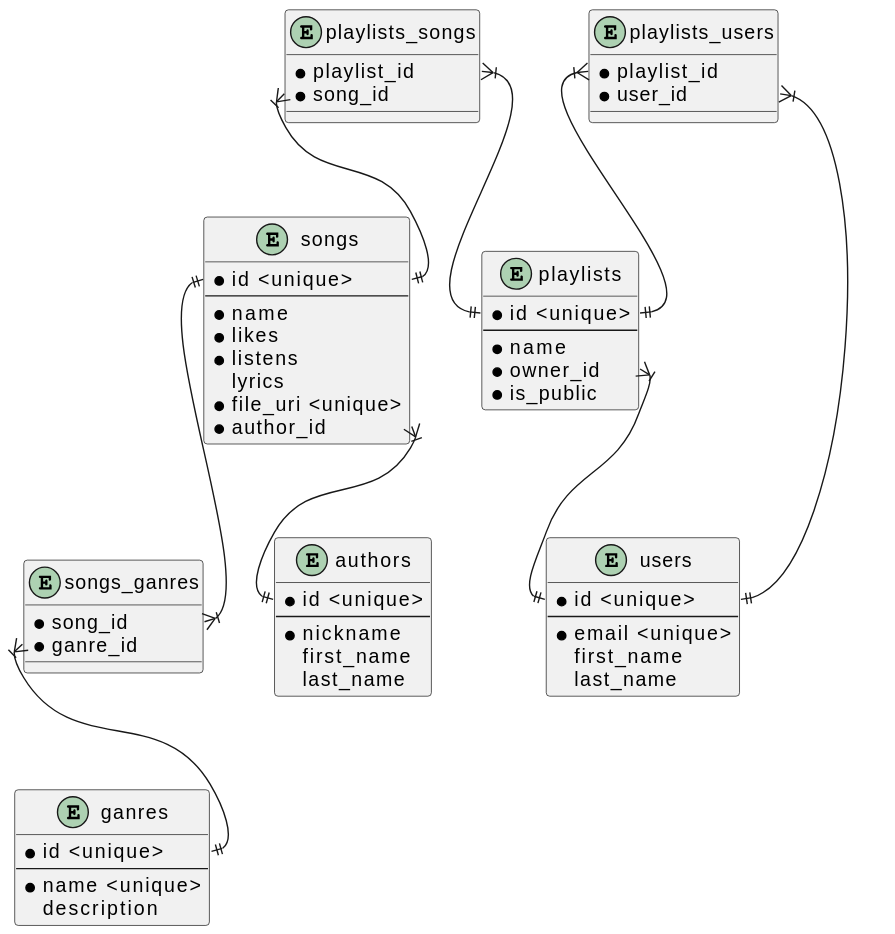
Earlier version of the PlantUML export db/lab/lab-1-27.09.2022/db.svg (kiIIer/kpi-2). The source it was exported from:
```plantuml
@startuml
entity songs {
    *id <unique>
    --
    *name
    *likes
    *listens
    lyrics
    *file_uri <unique>
    *author_id
}

entity songs_ganres {
    *song_id
    *ganre_id
}

entity ganres {
    *id <unique>
    --
    *name <unique>
    description
}

entity authors{
    *id <unique>
    --
    * nickname
    first_name
    last_name
}

entity users{
    *id <unique>
    --
    *email <unique>
    first_name
    last_name
}

entity playlists{
    *id <unique>
    --
    *name
    *owner_id
    *is_public
}

entity playlists_songs{
    *playlist_id
    *song_id
}

entity playlists_users{
    *playlist_id
    *user_id
}

songs::id ||--|{ songs_ganres::song_id
songs_ganres::ganre_id }|--|| ganres::id
songs::author_id }|--|| authors::id
playlists::owner_id }|--|| users::id
playlists_songs::playlist_id }|--|| playlists::id
playlists_songs::song_id }|--|| songs::id
playlists_users::playlist_id }|--|| playlists::id
playlists_users::user_id }|--|| users::id
@enduml
```
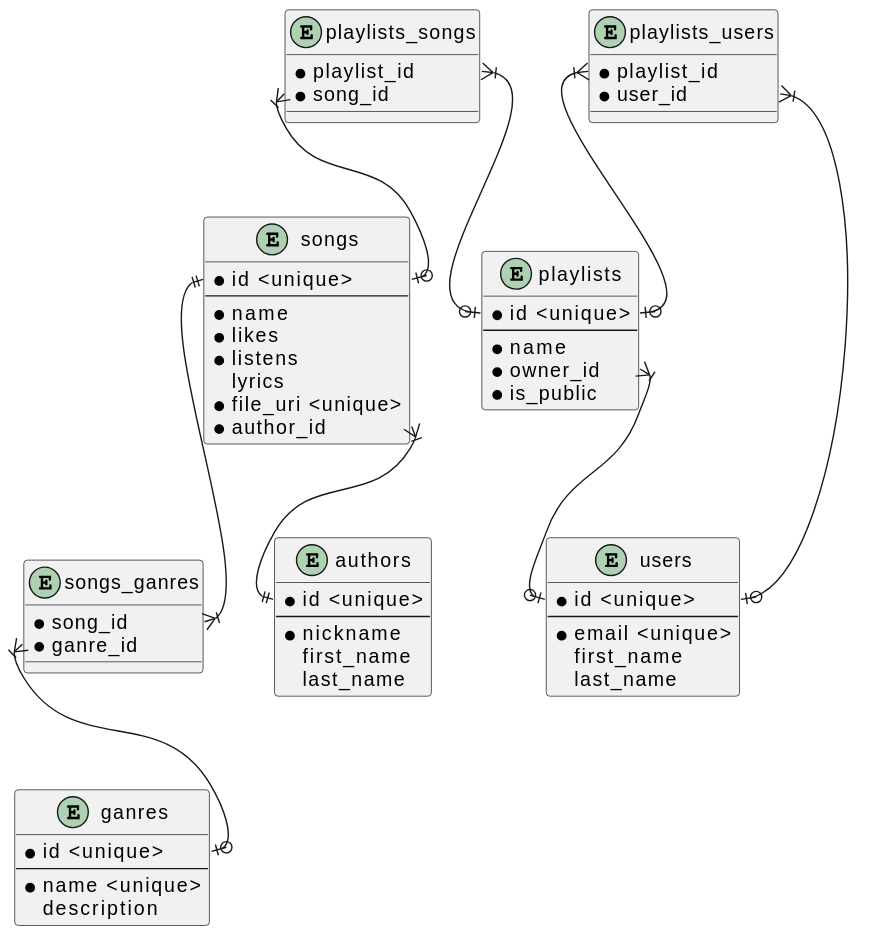
The same file after the commit.

What changed in the source:
```diff
@@ -57,11 +57,11 @@
 }
 
 songs::id ||--|{ songs_ganres::song_id
-songs_ganres::ganre_id }|--|| ganres::id
+songs_ganres::ganre_id }|--o| ganres::id
 songs::author_id }|--|| authors::id
-playlists::owner_id }|--|| users::id
-playlists_songs::playlist_id }|--|| playlists::id
-playlists_songs::song_id }|--|| songs::id
-playlists_users::playlist_id }|--|| playlists::id
-playlists_users::user_id }|--|| users::id
+playlists::owner_id }|--o| users::id
+playlists_songs::playlist_id }|--o| playlists::id
+playlists_songs::song_id }|--o| songs::id
+playlists_users::playlist_id }|--o| playlists::id
+playlists_users::user_id }|--o| users::id
 @enduml
```
